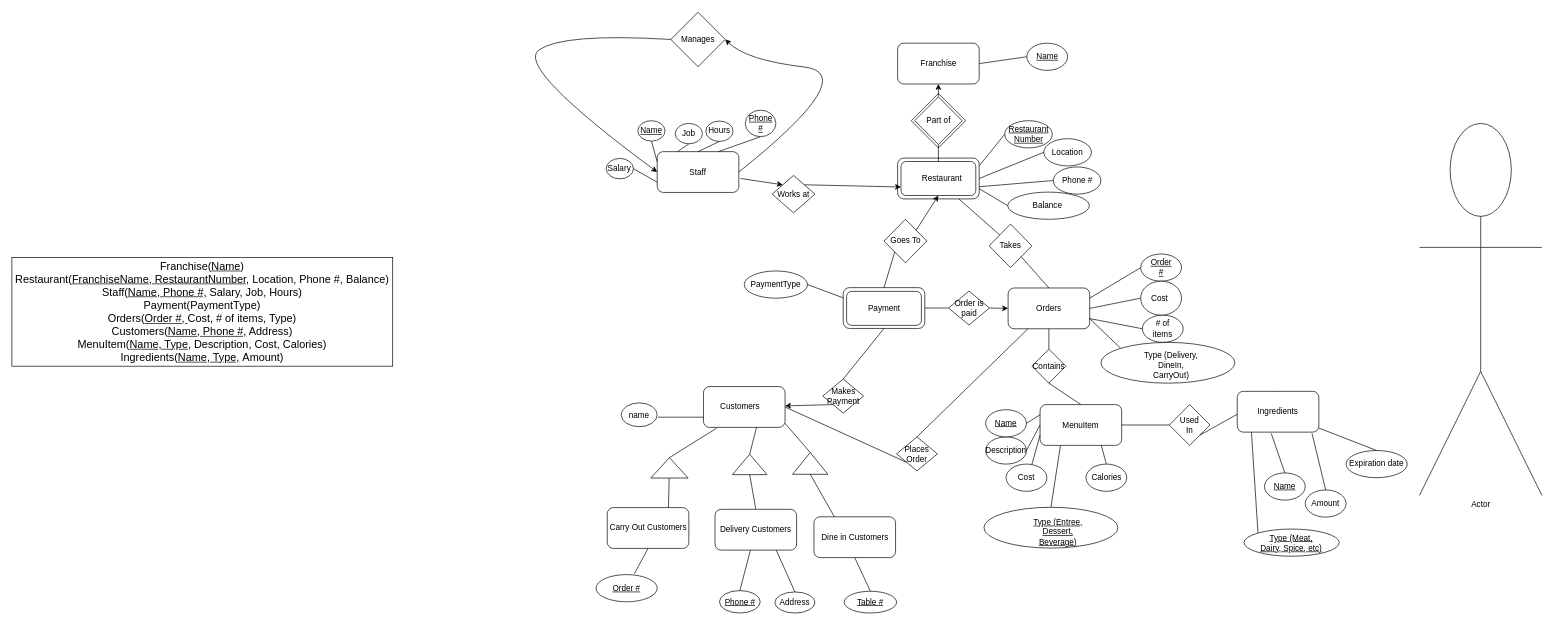
Above: Copy of Copy of Copy of Copy of E/R Diagram.drawio in yeongKo/git-training (draw.io), before the change. Source tidied: cells renumbered, new cells numbered last; positions are measured from the earlier drawing's top-left corner, leaving out a move shared by most shapes. Both pictures are drawn from the tidied source at 68%, with x=0, y=0 at pixel (12, 12).
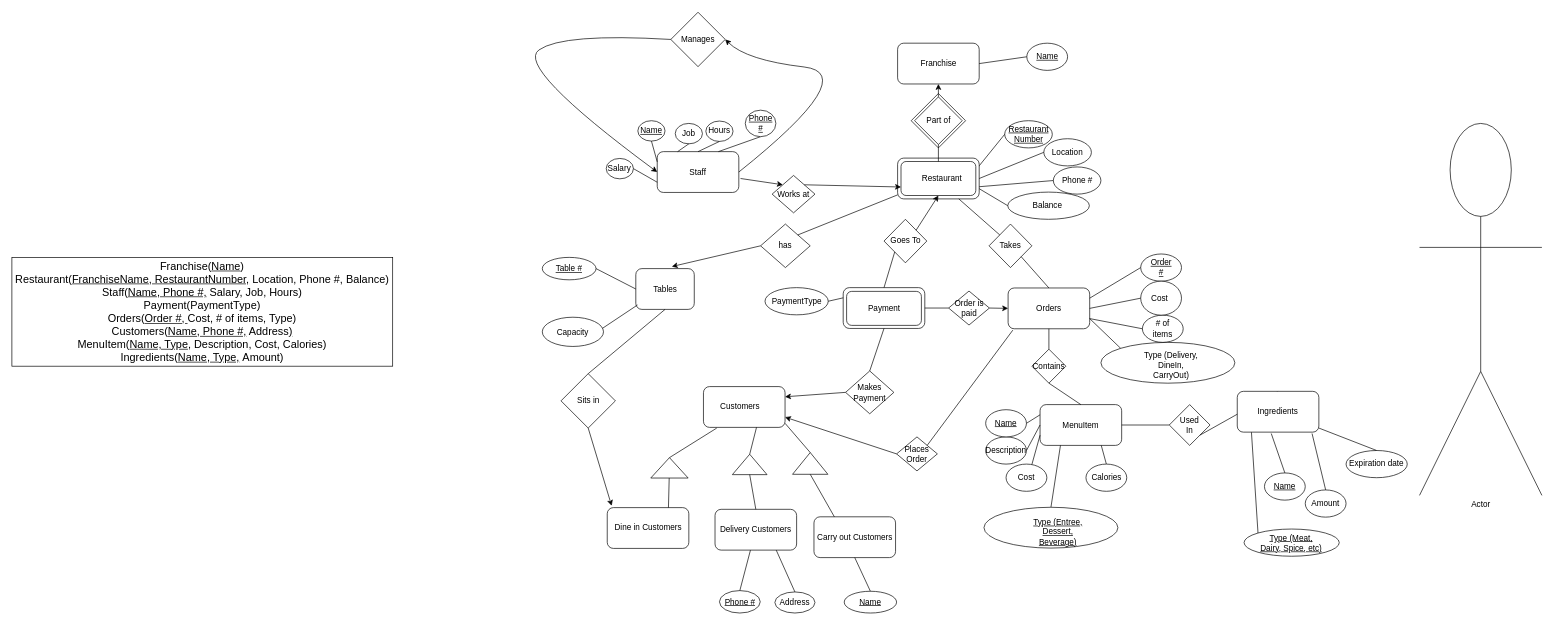
The same page after the edit.

The change refers to these unchanged cells:
```xml
<mxCell id="6" style="group;" parent="1" vertex="1">
  <mxGeometry x="1137" y="570" width="915" height="231.5" as="geometry" />
</mxCell>
<mxCell id="33" value="Places&lt;br&gt;Order" style="rhombus;whiteSpace=wrap;html=1;" parent="6" vertex="1">
  <mxGeometry x="164" y="54" width="60" height="50" as="geometry" />
</mxCell>
<mxCell id="76" style="rounded=1;whiteSpace=wrap;html=1;" parent="75" vertex="1">
  <mxGeometry width="120" height="60" as="geometry" />
</mxCell>
<mxCell id="106" style="rounded=1;whiteSpace=wrap;html=1;" parent="1" vertex="1">
  <mxGeometry x="1302.5" y="214" width="120" height="60" as="geometry" />
</mxCell>
<mxCell id="147" style="rounded=1;whiteSpace=wrap;html=1;" parent="1" vertex="1">
  <mxGeometry x="1017" y="550" width="120" height="60" as="geometry" />
</mxCell>
```

The edit, as a diff of the source:
```diff
@@
-    <mxCell id="53" value="Dine in Customers" style="rounded=1;whiteSpace=wrap;html=1;" parent="6" vertex="1">
+    <mxCell id="53" value="Carry out Customers" style="rounded=1;whiteSpace=wrap;html=1;" parent="6" vertex="1">
       <mxGeometry x="42.5" y="171.5" width="120" height="60" as="geometry" />
     </mxCell>
@@
-    <mxCell id="134" style="endArrow=none;html=1;exitX=0.5;exitY=0;exitDx=0;exitDy=0;" parent="1" edge="1" source="33" target="76">
-      <mxGeometry relative="1" as="geometry" />
-    </mxCell>
@@
     <mxCell id="139" value="PaymentType" style="ellipse;whiteSpace=wrap;html=1;" parent="1" vertex="1">
-      <mxGeometry x="1077" y="380" width="93" height="40" as="geometry" />
+      <mxGeometry x="1107.5" y="404.5" width="93" height="40" as="geometry" />
     </mxCell>
@@
     <mxCell id="142" value="Makes Payment" style="rhombus;whiteSpace=wrap;html=1;" parent="1" vertex="1">
-      <mxGeometry x="1192.5" y="539" width="60" height="50" as="geometry" />
+      <mxGeometry x="1226" y="527" width="71" height="63" as="geometry" />
     </mxCell>
@@
-    <mxCell id="153" value="name" style="ellipse;whiteSpace=wrap;html=1;" parent="1" vertex="1">
-      <mxGeometry x="896" y="574" width="53" height="35" as="geometry" />
-    </mxCell>
-    <mxCell id="154" style="endArrow=none;html=1;exitX=0;exitY=0.75;exitDx=0;exitDy=0;" parent="1" edge="1" source="147">
-      <mxGeometry relative="1" as="geometry">
-        <mxPoint x="950" y="595" as="targetPoint" />
-      </mxGeometry>
-    </mxCell>
-    <mxCell id="155" style="endArrow=none;html=1;exitX=1;exitY=0.5;exitDx=0;exitDy=0;entryX=0;entryY=1;entryDx=0;entryDy=0;" parent="1" edge="1" source="147" target="33">
-      <mxGeometry relative="1" as="geometry" />
-    </mxCell>
@@
-    <mxCell id="171" style="endArrow=classic;html=1;exitX=0;exitY=1;exitDx=0;exitDy=0;" parent="1" edge="1" source="142" target="147">
-      <mxGeometry relative="1" as="geometry" />
-    </mxCell>
@@
-    <mxCell id="174" value="Carry Out Customers" style="rounded=1;whiteSpace=wrap;html=1;" parent="1" vertex="1">
+    <mxCell id="174" value="Dine in Customers" style="rounded=1;whiteSpace=wrap;html=1;" parent="1" vertex="1">
       <mxGeometry x="875.5" y="728" width="120" height="60" as="geometry" />
     </mxCell>
@@
-    <mxCell id="183" value="&lt;u&gt;Table #&lt;/u&gt;" style="ellipse;whiteSpace=wrap;html=1;" parent="1" vertex="1">
+    <mxCell id="183" value="&lt;u&gt;Name&lt;/u&gt;" style="ellipse;whiteSpace=wrap;html=1;" parent="1" vertex="1">
       <mxGeometry x="1224" y="851" width="77" height="32" as="geometry" />
     </mxCell>
@@
-    <mxCell id="185" value="&lt;u&gt;Order #&lt;/u&gt;" style="ellipse;whiteSpace=wrap;html=1;" parent="1" vertex="1">
-      <mxGeometry x="859" y="826.5" width="90" height="40" as="geometry" />
-    </mxCell>
-    <mxCell id="186" style="endArrow=none;html=1;exitX=0.626;exitY=-0.029;exitDx=0;exitDy=0;exitPerimeter=0;entryX=0.5;entryY=1;entryDx=0;entryDy=0;" parent="1" edge="1" source="185" target="174">
-      <mxGeometry relative="1" as="geometry" />
-    </mxCell>
+    <mxCell id="187" value="Tables" style="rounded=1;whiteSpace=wrap;html=1;" parent="1" vertex="1">
+      <mxGeometry x="917.5" y="376.5" width="86" height="60" as="geometry" />
+    </mxCell>
+    <mxCell id="188" style="endArrow=classic;html=1;entryX=0.616;entryY=-0.05;entryDx=0;entryDy=0;entryPerimeter=0;exitX=0;exitY=0.5;exitDx=0;exitDy=0;" parent="1" edge="1" source="189" target="187">
+      <mxGeometry relative="1" as="geometry" />
+    </mxCell>
+    <mxCell id="189" value="has" style="rhombus;whiteSpace=wrap;html=1;" parent="1" vertex="1">
+      <mxGeometry x="1101" y="311" width="73" height="64" as="geometry" />
+    </mxCell>
+    <mxCell id="190" style="endArrow=none;html=1;exitX=1;exitY=0;exitDx=0;exitDy=0;" parent="1" edge="1" source="189" target="106">
+      <mxGeometry relative="1" as="geometry" />
+    </mxCell>
+    <mxCell id="191" value="&lt;u&gt;Table #&lt;/u&gt;" style="ellipse;whiteSpace=wrap;html=1;" parent="1" vertex="1">
+      <mxGeometry x="780" y="360" width="79" height="33" as="geometry" />
+    </mxCell>
+    <mxCell id="192" style="endArrow=none;html=1;entryX=0;entryY=0.5;entryDx=0;entryDy=0;exitX=1;exitY=0.5;exitDx=0;exitDy=0;" parent="1" edge="1" source="191" target="187">
+      <mxGeometry relative="1" as="geometry" />
+    </mxCell>
+    <mxCell id="134" style="endArrow=none;html=1;entryX=0.058;entryY=1.033;entryDx=0;entryDy=0;entryPerimeter=0;exitX=1;exitY=0;exitDx=0;exitDy=0;" parent="1" edge="1" source="33" target="76">
+      <mxGeometry relative="1" as="geometry" />
+    </mxCell>
+    <mxCell id="193" style="endArrow=classic;html=1;exitX=0;exitY=0.5;exitDx=0;exitDy=0;entryX=1;entryY=0.75;entryDx=0;entryDy=0;" parent="1" edge="1" source="33" target="147">
+      <mxGeometry relative="1" as="geometry" />
+    </mxCell>
+    <mxCell id="171" style="endArrow=classic;html=1;entryX=1;entryY=0.25;entryDx=0;entryDy=0;exitX=0;exitY=0.5;exitDx=0;exitDy=0;" parent="1" edge="1" source="142" target="147">
+      <mxGeometry relative="1" as="geometry" />
+    </mxCell>
+    <mxCell id="194" style="endArrow=classic;html=1;entryX=0.054;entryY=-0.044;entryDx=0;entryDy=0;entryPerimeter=0;exitX=0.5;exitY=1;exitDx=0;exitDy=0;" parent="1" edge="1" source="195" target="174">
+      <mxGeometry relative="1" as="geometry" />
+    </mxCell>
+    <mxCell id="195" value="Sits in" style="rhombus;whiteSpace=wrap;html=1;glass=0;" parent="1" vertex="1">
+      <mxGeometry x="807.5" y="531" width="80" height="80" as="geometry" />
+    </mxCell>
+    <mxCell id="196" style="endArrow=none;html=1;exitX=0.5;exitY=0;exitDx=0;exitDy=0;entryX=0.5;entryY=1;entryDx=0;entryDy=0;" parent="1" edge="1" source="195" target="187">
+      <mxGeometry relative="1" as="geometry" />
+    </mxCell>
+    <mxCell id="197" style="endArrow=none;html=1;entryX=0.029;entryY=0.892;entryDx=0;entryDy=0;entryPerimeter=0;" parent="1" edge="1" target="187">
+      <mxGeometry relative="1" as="geometry">
+        <mxPoint x="860" y="470" as="sourcePoint" />
+      </mxGeometry>
+    </mxCell>
+    <mxCell id="198" value="Capacity" style="ellipse;whiteSpace=wrap;html=1;glass=0;" parent="1" vertex="1">
+      <mxGeometry x="780" y="448" width="90" height="43" as="geometry" />
+    </mxCell>
```
